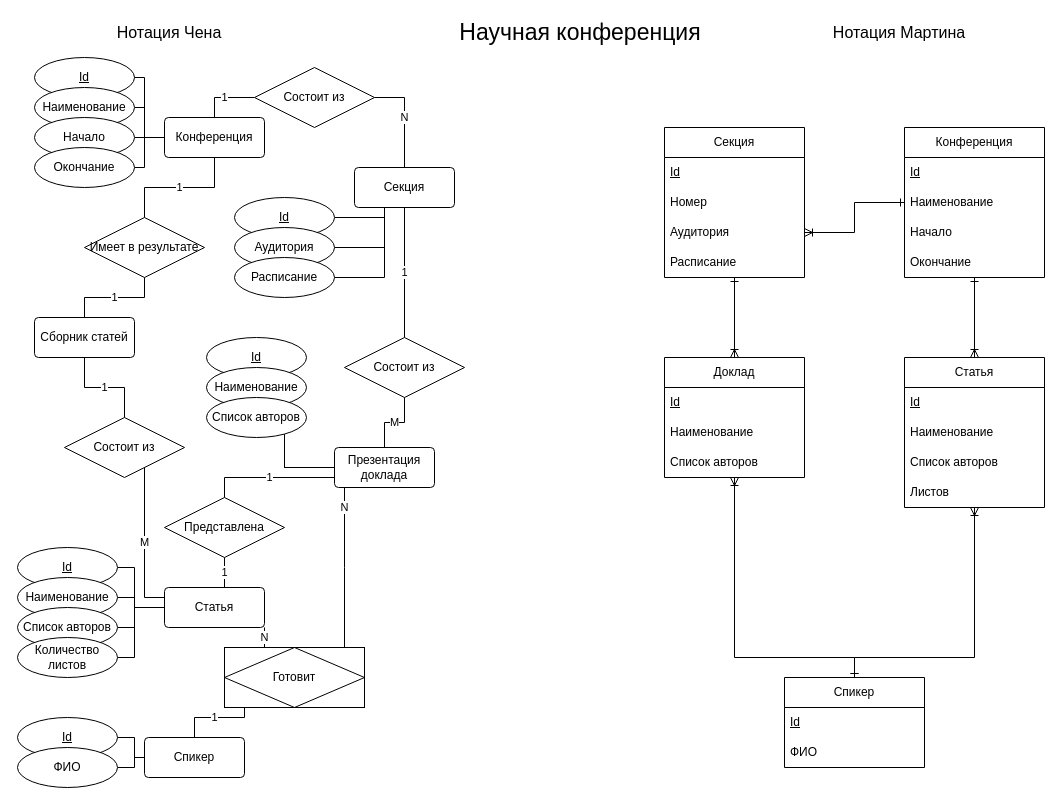
Earlier version of the draw.io diagram solutions/7.scientific.conference.drawio (kireyevsv/nsu-course-databases-lab-er). Source tidied: cells renumbered, new cells numbered last; positions are measured from the earlier drawing's top-left corner, leaving out a move shared by most shapes. Both pictures are drawn from the tidied source at 100%, with x=0, y=0 at pixel (17, 17).
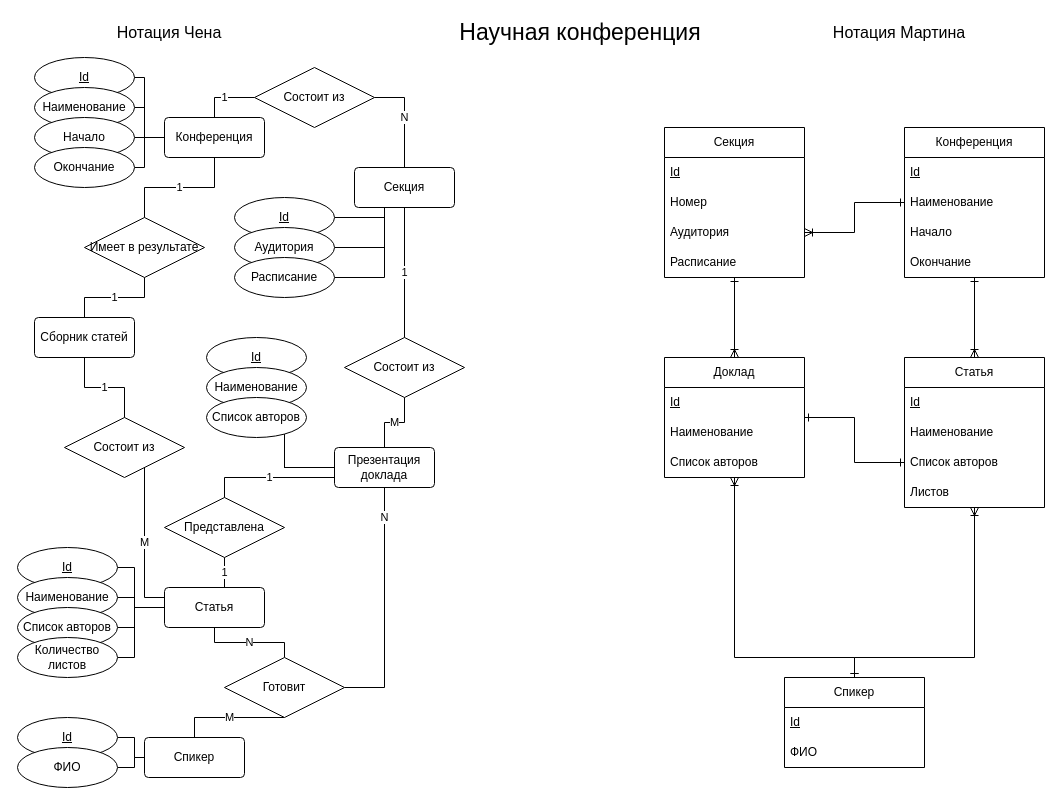
The same page after the edit.

Unchanged cells that the change refers to:
```xml
<mxCell id="6" value="Спикер" style="rounded=1;arcSize=10;whiteSpace=wrap;html=1;align=center;" parent="1" vertex="1">
  <mxGeometry x="127" y="720" width="100" height="40" as="geometry" />
</mxCell>
<mxCell id="12" value="Статья" style="rounded=1;arcSize=10;whiteSpace=wrap;html=1;align=center;" parent="1" vertex="1">
  <mxGeometry x="147" y="570" width="100" height="40" as="geometry" />
</mxCell>
<mxCell id="13" value="Презентация доклада" style="rounded=1;arcSize=10;whiteSpace=wrap;html=1;align=center;" parent="1" vertex="1">
  <mxGeometry x="317" y="430" width="100" height="40" as="geometry" />
</mxCell>
<mxCell id="26" value="Доклад" style="swimlane;fontStyle=0;horizontal=1;startSize=30;whiteSpace=wrap;html=1;" parent="1" vertex="1">
  <mxGeometry x="647" y="340" width="140" height="120" as="geometry" />
</mxCell>
<mxCell id="85" value="Список авторов" style="text;strokeColor=none;fillColor=none;align=left;verticalAlign=middle;spacingLeft=4;spacingRight=4;overflow=hidden;points=[[0,0.5],[1,0.5]];portConstraint=eastwest;whiteSpace=wrap;html=1;" parent="82" vertex="1">
  <mxGeometry y="90" width="140" height="30" as="geometry" />
</mxCell>
```

The edit, as a diff of the source:
```diff
@@
-    <mxCell id="14" value="Готовит" style="shape=associativeEntity;whiteSpace=wrap;html=1;align=center;" parent="1" vertex="1">
-      <mxGeometry x="207" y="630" width="140" height="60" as="geometry" />
-    </mxCell>
@@
-    <mxCell id="16" value="1" style="endArrow=none;html=1;rounded=0;edgeStyle=orthogonalEdgeStyle;" parent="1" edge="1" source="6" target="14">
+    <mxCell id="16" value="M" style="endArrow=none;html=1;rounded=0;edgeStyle=orthogonalEdgeStyle;" parent="1" edge="1" source="6" target="14">
       <mxGeometry relative="1" as="geometry">
         <Array as="points">
           <mxPoint x="177" y="700" />
-          <mxPoint x="227" y="700" />
         </Array>
       </mxGeometry>
     </mxCell>
     <mxCell id="17" value="N" style="endArrow=none;html=1;rounded=0;edgeStyle=orthogonalEdgeStyle;" parent="1" edge="1" source="14" target="12">
-      <mxGeometry relative="1" as="geometry">
-        <Array as="points">
-          <mxPoint x="237" y="590" />
-        </Array>
-      </mxGeometry>
+      <mxGeometry relative="1" as="geometry" />
     </mxCell>
-    <mxCell id="18" value="N" style="endArrow=none;html=1;rounded=0;edgeStyle=orthogonalEdgeStyle;" parent="1" edge="1" source="14" target="13">
-      <mxGeometry x="0.75" relative="1" as="geometry">
-        <Array as="points">
-          <mxPoint x="327" y="550" />
-          <mxPoint x="327" y="550" />
-        </Array>
-      </mxGeometry>
+    <mxCell id="18" value="N" style="endArrow=none;html=1;rounded=0;edgeStyle=orthogonalEdgeStyle;exitX=1;exitY=0.5;exitDx=0;exitDy=0;" parent="1" edge="1" source="14" target="13">
+      <mxGeometry x="0.75" relative="1" as="geometry" />
     </mxCell>
@@
+    <mxCell id="89" style="edgeStyle=orthogonalEdgeStyle;rounded=0;jettySize=auto;html=1;endArrow=ERone;endFill=0;startArrow=ERone;startFill=0;" parent="1" edge="1" source="26" target="85">
+      <mxGeometry relative="1" as="geometry" />
+    </mxCell>
@@
+    <mxCell id="14" value="Готовит" style="shape=rhombus;perimeter=rhombusPerimeter;whiteSpace=wrap;html=1;align=center;" parent="1" vertex="1">
+      <mxGeometry x="207" y="640" width="120" height="60" as="geometry" />
+    </mxCell>
```
